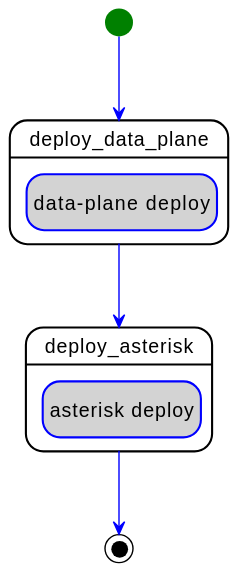
This is examples/tosca-community-contributions/diagrams/uml2/examples-1.3-turandot-telephony-network-service-asterisk-cnf-asterisk-cnf-parallel_deploy-workflow-diagram.svg from Orange-OpenSource/Cloudnet-TOSCA-toolbox, a PlantUML export, as it was before one commit. Its diagram source:
```plantuml
@startuml
hide empty description
skinparam shadowing false
skinparam state {
  ArrowColor blue
  BorderColor blue
  EndColor black
  StartColor green
  BackGroundColor<< step >> white
  BorderColor<< step >> black
  BackGroundColor<< delegate >> lightgrey
  BackGroundColor<< set_state >> white
  BackGroundColor<< call_operation >> lightblue
  BackGroundColor<< inline >> white
}
skinparam ActivityBarColor<<fork>> DarkGreen
skinparam ActivityBarColor<<join>> DarkOrange

state "deploy_asterisk" as step_parallel_deploy_deploy_asterisk << step >> {
  state "asterisk deploy" as step_parallel_deploy_deploy_asterisk_asterisk_deploy << delegate >>
}
state "deploy_data_plane" as step_parallel_deploy_deploy_data_plane << step >> {
  state "data-plane deploy" as step_parallel_deploy_deploy_data_plane_data_plane_deploy << delegate >>
}
step_parallel_deploy_deploy_data_plane --> step_parallel_deploy_deploy_asterisk
[*] --> step_parallel_deploy_deploy_data_plane
step_parallel_deploy_deploy_asterisk --> [*]
@enduml
```
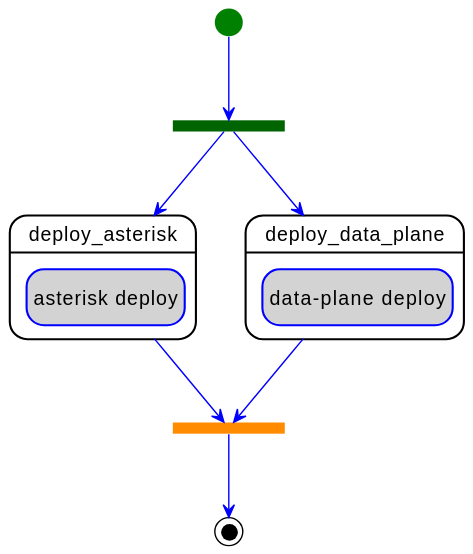
Later version of the same file.

Diff of the diagram source:
```diff
@@ -22,7 +22,12 @@
 state "deploy_data_plane" as step_parallel_deploy_deploy_data_plane << step >> {
   state "data-plane deploy" as step_parallel_deploy_deploy_data_plane_data_plane_deploy << delegate >>
 }
-step_parallel_deploy_deploy_data_plane --> step_parallel_deploy_deploy_asterisk
-[*] --> step_parallel_deploy_deploy_data_plane
-step_parallel_deploy_deploy_asterisk --> [*]
+state parallel_deploy_fork <<fork>>
+[*] --> parallel_deploy_fork
+parallel_deploy_fork --> step_parallel_deploy_deploy_asterisk
+parallel_deploy_fork --> step_parallel_deploy_deploy_data_plane
+state parallel_deploy_join <<join>>
+parallel_deploy_join --> [*]
+step_parallel_deploy_deploy_asterisk --> parallel_deploy_join
+step_parallel_deploy_deploy_data_plane --> parallel_deploy_join
 @enduml
```
